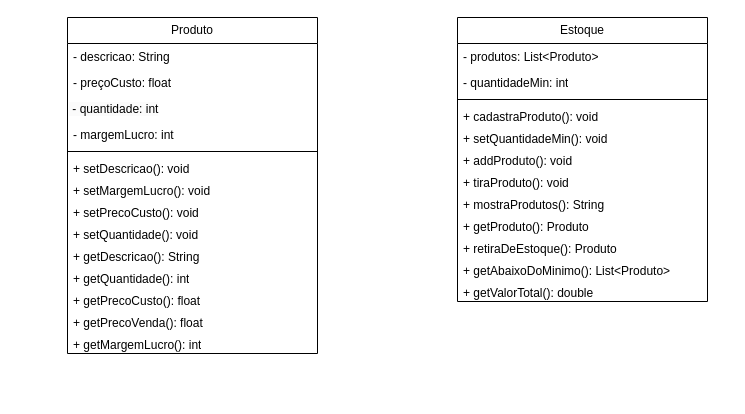
Before: docs/diagramas/Projeto1LPM.drawio in DisciplinasProgramacao/projeto1-grupo-07, a draw.io diagram. Source tidied: cells renumbered, new cells numbered last; positions are measured from the earlier drawing's top-left corner, leaving out a move shared by most shapes. Both pictures are drawn from the tidied source at 100%, with x=0, y=0 at pixel (67, 17).
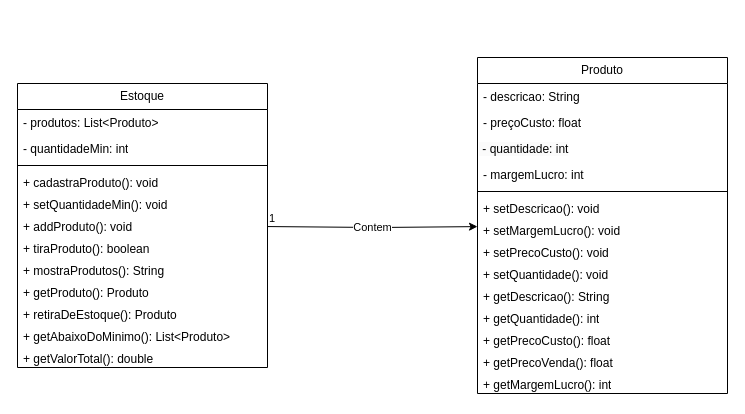
After the change.

Change to the diagram source:
```diff
@@
     <mxCell id="2" value="Produto&lt;br&gt;" style="swimlane;fontStyle=0;horizontal=1;startSize=26;fillColor=none;whiteSpace=wrap;html=1;" parent="1" vertex="1">
-      <mxGeometry width="250" height="336" as="geometry" />
+      <mxGeometry x="410" y="40" width="250" height="336" as="geometry" />
     </mxCell>
@@
     <mxCell id="17" value="Estoque" style="swimlane;fontStyle=0;horizontal=1;startSize=26;fillColor=none;whiteSpace=wrap;html=1;" parent="1" vertex="1">
-      <mxGeometry x="390" width="250" height="284" as="geometry" />
+      <mxGeometry x="-50" y="66" width="250" height="284" as="geometry" />
     </mxCell>
@@
-    <mxCell id="24" value="+ tiraProduto(): void" style="text;strokeColor=none;fillColor=none;align=left;verticalAlign=top;spacingLeft=4;spacingRight=4;overflow=hidden;whiteSpace=wrap;html=1;" parent="17" vertex="1">
+    <mxCell id="24" value="+ tiraProduto(): boolean" style="text;strokeColor=none;fillColor=none;align=left;verticalAlign=top;spacingLeft=4;spacingRight=4;overflow=hidden;whiteSpace=wrap;html=1;" parent="17" vertex="1">
       <mxGeometry y="152" width="250" height="22" as="geometry" />
     </mxCell>
@@
+    <mxCell id="30" style="endArrow=classic;html=1;rounded=0;" parent="1" edge="1" source="17" target="2">
+      <mxGeometry relative="1" as="geometry">
+        <Array as="points">
+          <mxPoint x="310" y="210" />
+        </Array>
+      </mxGeometry>
+    </mxCell>
+    <mxCell id="31" value="Contem" style="edgeLabel;html=1;align=center;verticalAlign=middle;" parent="30" vertex="1">
+      <mxGeometry relative="1" as="geometry" />
+    </mxCell>
+    <mxCell id="32" value="1" style="edgeLabel;html=1;align=left;verticalAlign=bottom;" parent="30" vertex="1">
+      <mxGeometry x="-1" relative="1" as="geometry" />
+    </mxCell>
```
